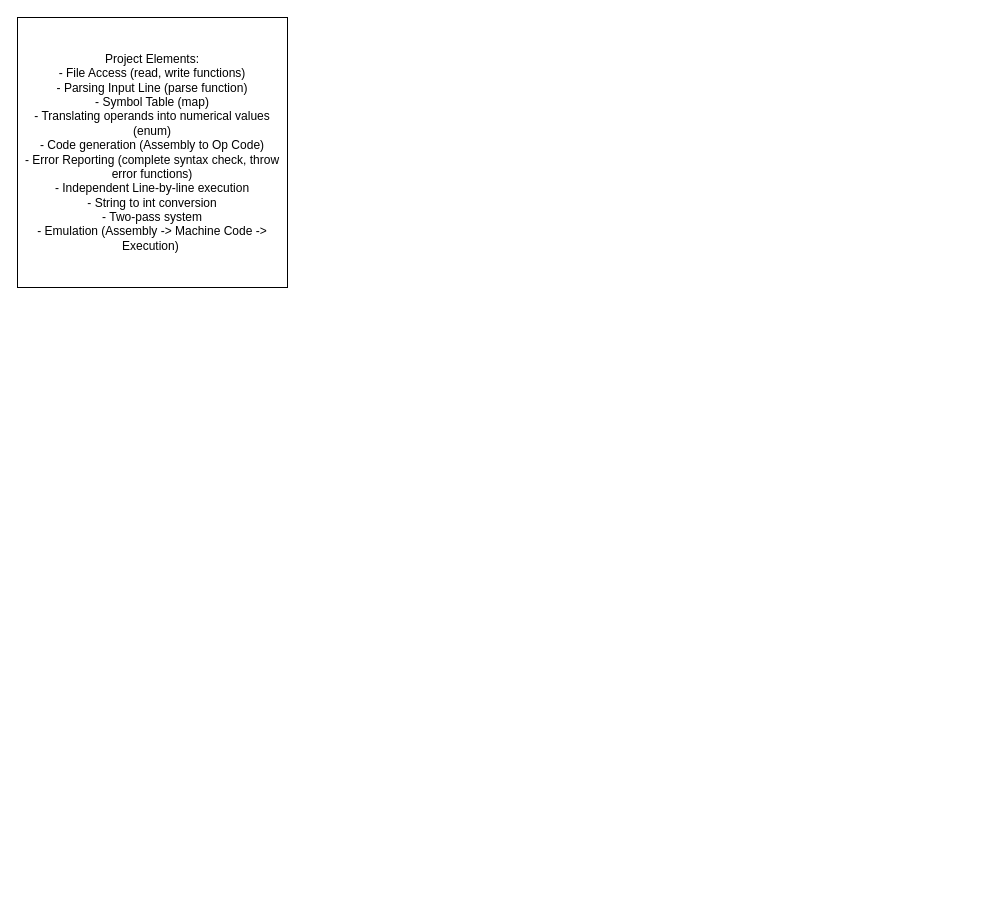
icyDenev/VC370-AssemblyCompiler keeps this draw.io diagram as VC370-AssemblyCompiler-Diagram.drawio. Above is the earlier version. Source tidied: cells renumbered, new cells numbered last; positions are measured from the earlier drawing's top-left corner, leaving out a move shared by most shapes. Both pictures are drawn from the tidied source at 100%, with x=0, y=0 at pixel (17, 17).
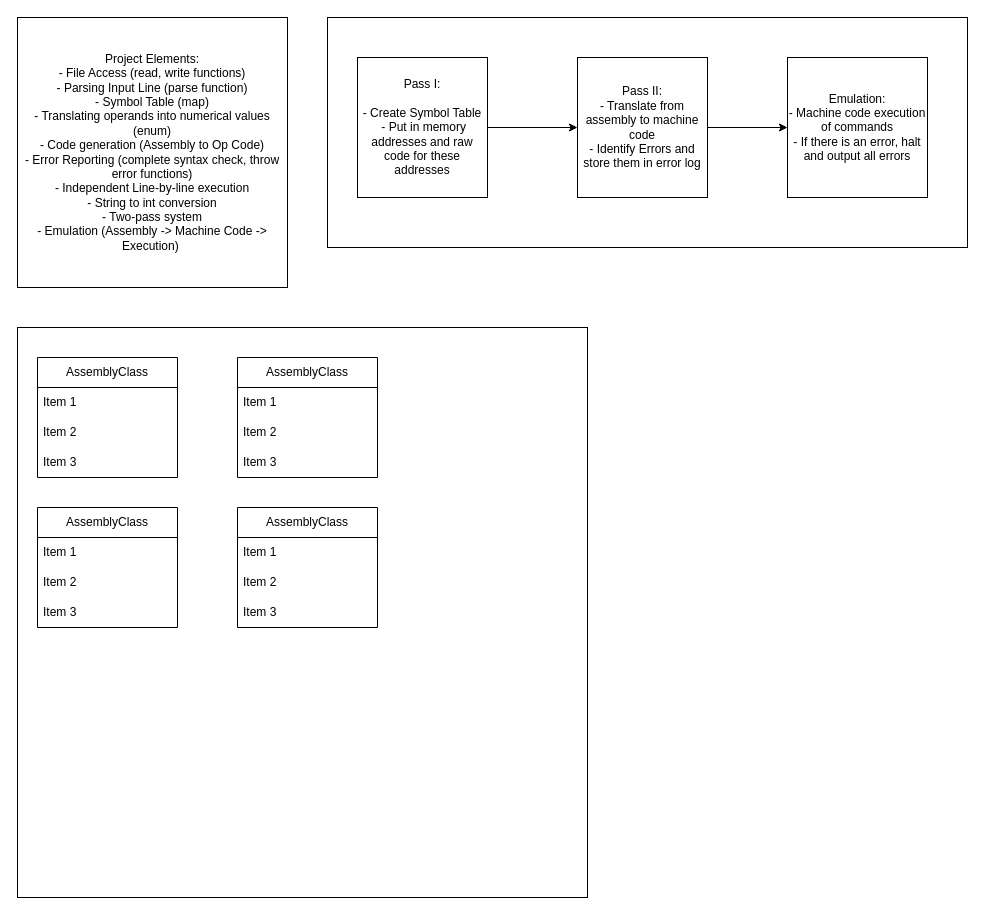
After the change.

Change to the diagram source:
```diff
@@
+    <mxCell id="3" style="rounded=0;whiteSpace=wrap;html=1;" parent="1" vertex="1">
+      <mxGeometry x="310" width="640" height="230" as="geometry" />
+    </mxCell>
+    <mxCell id="4" value="Pass I:&lt;br&gt;&lt;br&gt;- Create Symbol Table&lt;br&gt;&amp;nbsp;- Put in memory addresses and raw code for these addresses" style="rounded=0;whiteSpace=wrap;html=1;" parent="1" vertex="1">
+      <mxGeometry x="340" y="40" width="130" height="140" as="geometry" />
+    </mxCell>
+    <mxCell id="5" value="Pass II:&lt;br&gt;- Translate from assembly to machine code&lt;br&gt;- Identify Errors and store them in error log" style="rounded=0;whiteSpace=wrap;html=1;" parent="1" vertex="1">
+      <mxGeometry x="560" y="40" width="130" height="140" as="geometry" />
+    </mxCell>
+    <mxCell id="6" style="endArrow=classic;html=1;rounded=0;exitX=1;exitY=0.5;exitDx=0;exitDy=0;entryX=0;entryY=0.5;entryDx=0;entryDy=0;" parent="1" edge="1" source="4" target="5">
+      <mxGeometry relative="1" as="geometry" />
+    </mxCell>
+    <mxCell id="7" style="endArrow=classic;html=1;rounded=0;" parent="1" edge="1" source="5" target="8">
+      <mxGeometry relative="1" as="geometry" />
+    </mxCell>
+    <mxCell id="8" value="Emulation:&lt;br&gt;- Machine code execution of commands&lt;br&gt;- If there is an error, halt and output all errors" style="whiteSpace=wrap;html=1;" parent="1" vertex="1">
+      <mxGeometry x="770" y="40" width="140" height="140" as="geometry" />
+    </mxCell>
+    <mxCell id="9" style="whiteSpace=wrap;html=1;" parent="1" vertex="1">
+      <mxGeometry y="310" width="570" height="570" as="geometry" />
+    </mxCell>
+    <mxCell id="10" value="AssemblyClass" style="swimlane;fontStyle=0;horizontal=1;startSize=30;whiteSpace=wrap;html=1;" parent="1" vertex="1">
+      <mxGeometry x="20" y="340" width="140" height="120" as="geometry" />
+    </mxCell>
+    <mxCell id="11" value="Item 1" style="text;strokeColor=none;fillColor=none;align=left;verticalAlign=middle;spacingLeft=4;spacingRight=4;overflow=hidden;whiteSpace=wrap;html=1;" parent="10" vertex="1">
+      <mxGeometry y="30" width="140" height="30" as="geometry" />
+    </mxCell>
+    <mxCell id="12" value="Item 2" style="text;strokeColor=none;fillColor=none;align=left;verticalAlign=middle;spacingLeft=4;spacingRight=4;overflow=hidden;whiteSpace=wrap;html=1;" parent="10" vertex="1">
+      <mxGeometry y="60" width="140" height="30" as="geometry" />
+    </mxCell>
+    <mxCell id="13" value="Item 3" style="text;strokeColor=none;fillColor=none;align=left;verticalAlign=middle;spacingLeft=4;spacingRight=4;overflow=hidden;whiteSpace=wrap;html=1;" parent="10" vertex="1">
+      <mxGeometry y="90" width="140" height="30" as="geometry" />
+    </mxCell>
+    <mxCell id="14" value="AssemblyClass" style="swimlane;fontStyle=0;horizontal=1;startSize=30;whiteSpace=wrap;html=1;" parent="1" vertex="1">
+      <mxGeometry x="220" y="340" width="140" height="120" as="geometry" />
+    </mxCell>
+    <mxCell id="15" value="Item 1" style="text;strokeColor=none;fillColor=none;align=left;verticalAlign=middle;spacingLeft=4;spacingRight=4;overflow=hidden;whiteSpace=wrap;html=1;" parent="14" vertex="1">
+      <mxGeometry y="30" width="140" height="30" as="geometry" />
+    </mxCell>
+    <mxCell id="16" value="Item 2" style="text;strokeColor=none;fillColor=none;align=left;verticalAlign=middle;spacingLeft=4;spacingRight=4;overflow=hidden;whiteSpace=wrap;html=1;" parent="14" vertex="1">
+      <mxGeometry y="60" width="140" height="30" as="geometry" />
+    </mxCell>
+    <mxCell id="17" value="Item 3" style="text;strokeColor=none;fillColor=none;align=left;verticalAlign=middle;spacingLeft=4;spacingRight=4;overflow=hidden;whiteSpace=wrap;html=1;" parent="14" vertex="1">
+      <mxGeometry y="90" width="140" height="30" as="geometry" />
+    </mxCell>
+    <mxCell id="18" value="AssemblyClass" style="swimlane;fontStyle=0;horizontal=1;startSize=30;whiteSpace=wrap;html=1;" parent="1" vertex="1">
+      <mxGeometry x="20" y="490" width="140" height="120" as="geometry" />
+    </mxCell>
+    <mxCell id="19" value="Item 1" style="text;strokeColor=none;fillColor=none;align=left;verticalAlign=middle;spacingLeft=4;spacingRight=4;overflow=hidden;whiteSpace=wrap;html=1;" parent="18" vertex="1">
+      <mxGeometry y="30" width="140" height="30" as="geometry" />
+    </mxCell>
+    <mxCell id="20" value="Item 2" style="text;strokeColor=none;fillColor=none;align=left;verticalAlign=middle;spacingLeft=4;spacingRight=4;overflow=hidden;whiteSpace=wrap;html=1;" parent="18" vertex="1">
+      <mxGeometry y="60" width="140" height="30" as="geometry" />
+    </mxCell>
+    <mxCell id="21" value="Item 3" style="text;strokeColor=none;fillColor=none;align=left;verticalAlign=middle;spacingLeft=4;spacingRight=4;overflow=hidden;whiteSpace=wrap;html=1;" parent="18" vertex="1">
+      <mxGeometry y="90" width="140" height="30" as="geometry" />
+    </mxCell>
+    <mxCell id="22" value="AssemblyClass" style="swimlane;fontStyle=0;horizontal=1;startSize=30;whiteSpace=wrap;html=1;" parent="1" vertex="1">
+      <mxGeometry x="220" y="490" width="140" height="120" as="geometry" />
+    </mxCell>
+    <mxCell id="23" value="Item 1" style="text;strokeColor=none;fillColor=none;align=left;verticalAlign=middle;spacingLeft=4;spacingRight=4;overflow=hidden;whiteSpace=wrap;html=1;" parent="22" vertex="1">
+      <mxGeometry y="30" width="140" height="30" as="geometry" />
+    </mxCell>
+    <mxCell id="24" value="Item 2" style="text;strokeColor=none;fillColor=none;align=left;verticalAlign=middle;spacingLeft=4;spacingRight=4;overflow=hidden;whiteSpace=wrap;html=1;" parent="22" vertex="1">
+      <mxGeometry y="60" width="140" height="30" as="geometry" />
+    </mxCell>
+    <mxCell id="25" value="Item 3" style="text;strokeColor=none;fillColor=none;align=left;verticalAlign=middle;spacingLeft=4;spacingRight=4;overflow=hidden;whiteSpace=wrap;html=1;" parent="22" vertex="1">
+      <mxGeometry y="90" width="140" height="30" as="geometry" />
+    </mxCell>
```
